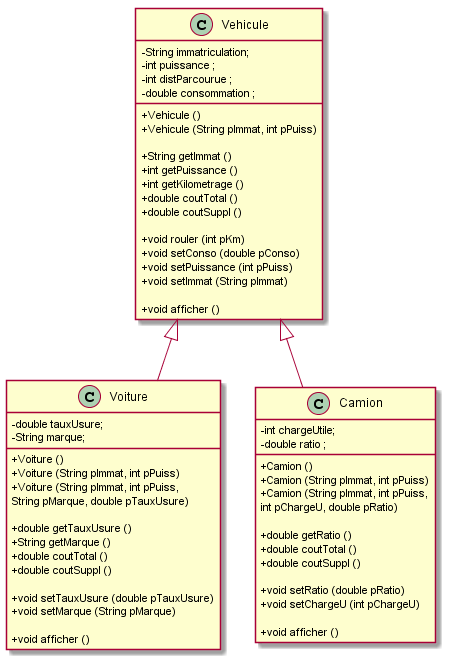
Earlier version of the PlantUML export POO/images/plantuml/td8.1.png (IUT-Blagnac/POO).
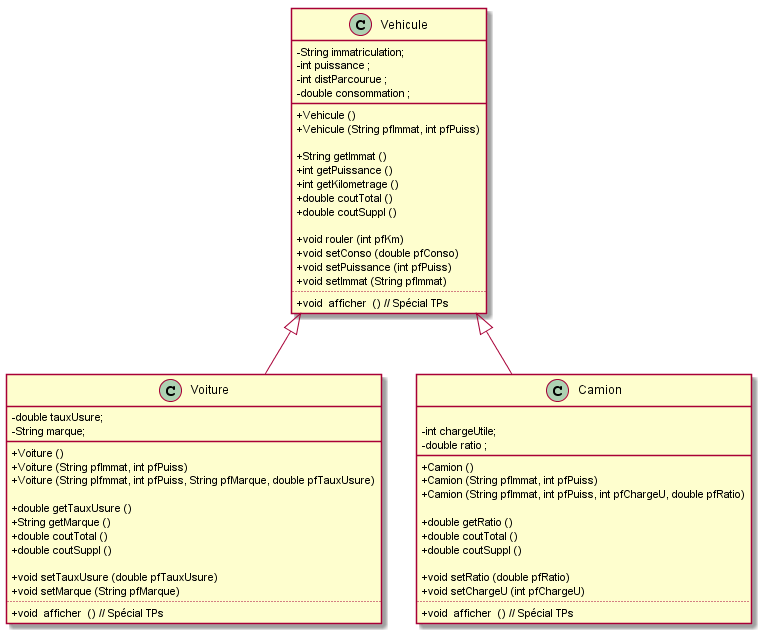
Later version of the same file.

Diff of the diagram source:
```diff
@@ -6,9 +6,9 @@
 	- int puissance ;
 	- int distParcourue ;
 	- double consommation ;
-
+____
    + Vehicule ()
-   + Vehicule (String pImmat, int pPuiss)
+   + Vehicule (String pfImmat, int pfPuiss)
 
    + String getImmat ()
    + int getPuissance ()
@@ -16,53 +16,50 @@
    + double coutTotal ()
    + double coutSuppl ()
 
-   + void rouler (int pKm)
-   + void setConso (double pConso)
-   + void setPuissance (int pPuiss)
-   + void setImmat (String pImmat)
-
-   + void afficher ()
+   + void rouler (int pfKm)
+   + void setConso (double pfConso)
+   + void setPuissance (int pfPuiss)
+   + void setImmat (String pfImmat)
+....
+   + void  afficher  () // Spécial TPs
 }
 
 class Voiture {
 	- double tauxUsure;
 	- String marque;
-
+____
 	+ Voiture ()
-	+ Voiture (String pImmat, int pPuiss)
-	+ Voiture (String pImmat, int pPuiss,
-		String pMarque, double pTauxUsure)
+	+ Voiture (String pfImmat, int pfPuiss)
+	+ Voiture (String pIfmmat, int pfPuiss, String pfMarque, double pfTauxUsure)
 
    + double getTauxUsure ()
    + String getMarque ()
    + double coutTotal ()
    + double coutSuppl ()
 
-   + void setTauxUsure (double pTauxUsure)
-   + void setMarque (String pMarque)
-
-   + void afficher ()
+   + void setTauxUsure (double pfTauxUsure)
+   + void setMarque (String pfMarque)
+....
+   + void  afficher  () // Spécial TPs
 }
 
 class  Camion {
 
 	- int chargeUtile;
 	- double ratio ;
-
+____
 	+ Camion ()
-   + Camion (String pImmat, int pPuiss)
-   + Camion (String pImmat, int pPuiss,
-   int pChargeU, double pRatio)
+   + Camion (String pfImmat, int pfPuiss)
+   + Camion (String pfImmat, int pfPuiss, int pfChargeU, double pfRatio)
 
    + double getRatio ()
    + double coutTotal ()
    + double coutSuppl ()
 
-   + void setRatio (double pRatio)
-   + void setChargeU (int pChargeU)
-
-   + void afficher ()
-
+   + void setRatio (double pfRatio)
+   + void setChargeU (int pfChargeU)
+....
+   + void  afficher  () // Spécial TPs
 }
 
 Vehicule <|-- Voiture
```
